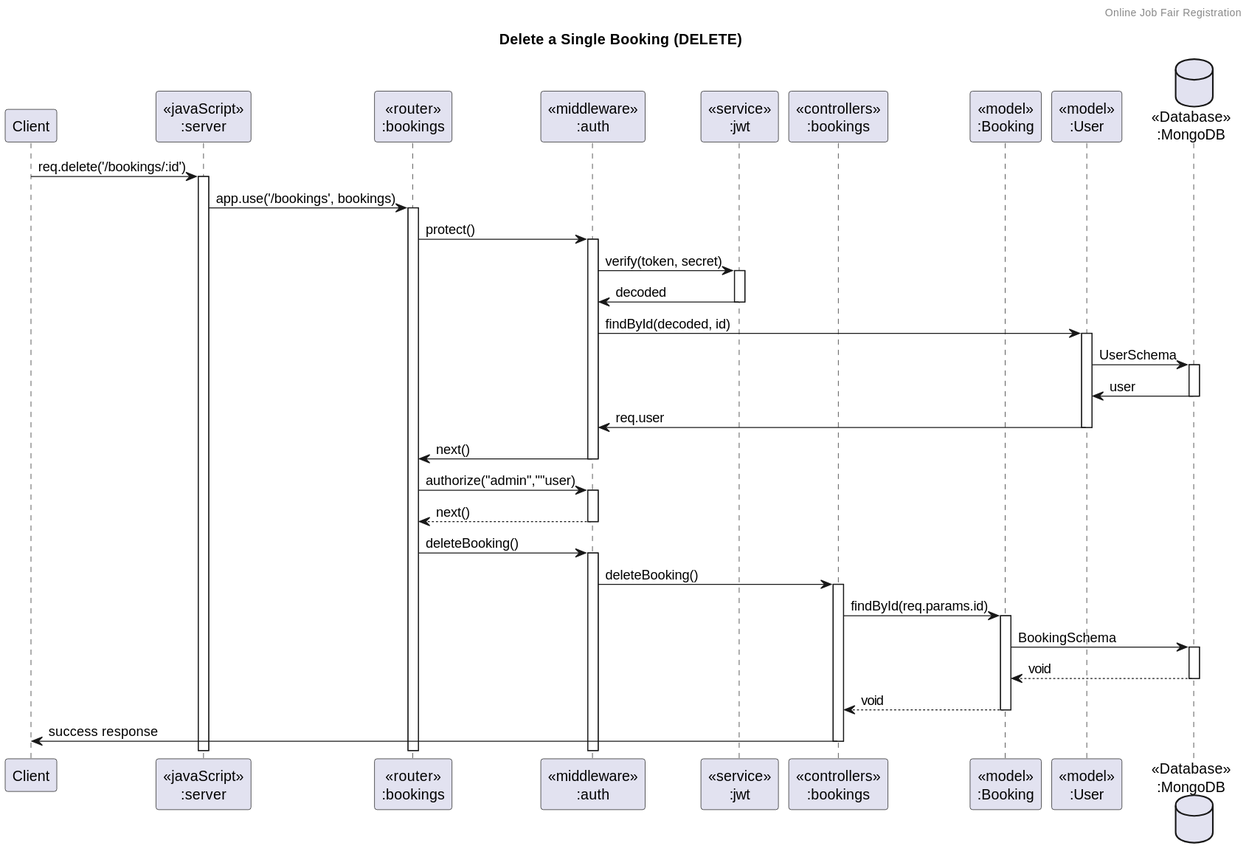
Earlier version of the PlantUML export assets/UML/SequenceDiagram/Booking/Manage Booking (DELETE).svg (Bhuribhat/Online-Job-Fair-Registration).
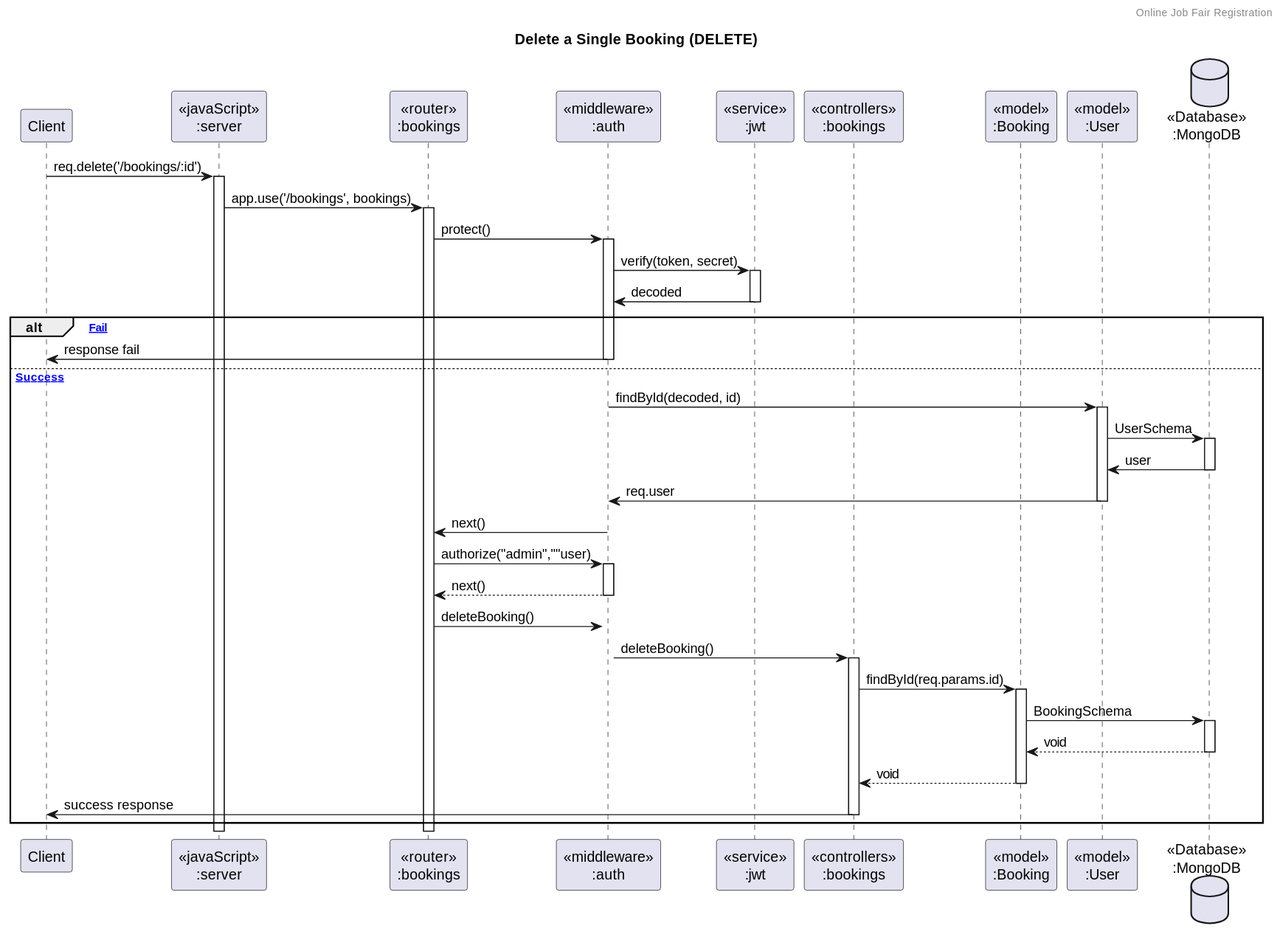
After the change.

Commit message:
update: POST, PUT, DELETE booking diagram

Diff of the diagram source:
```diff
@@ -17,20 +17,25 @@
 routerBookings -> auth ++:protect()
 auth -> jwt ++:verify(token, secret)
 auth <- jwt --:decoded
-auth -> modelUser ++:findById(decoded, id)
-modelUser -> DatabaseSchema ++:UserSchema
-modelUser <- DatabaseSchema --:user
-auth <- modelUser --:req.user
-routerBookings <- auth --:next()
 
-routerBookings -> auth ++:authorize("admin",""user)
-routerBookings <-- auth --:next()
+alt [Fail]
+    client <- auth --:response fail
+else [Success]
+    auth -> modelUser ++:findById(decoded, id)
+    modelUser -> DatabaseSchema ++:UserSchema
+    modelUser <- DatabaseSchema --:user
+    auth <- modelUser --:req.user
+    routerBookings <- auth --:next()
 
-routerBookings -> auth ++:deleteBooking()
-auth -> controllersBookings ++:deleteBooking()
-controllersBookings->modelBooking ++:findById(req.params.id)
-modelBooking ->DatabaseSchema ++: BookingSchema
-DatabaseSchema --> modelBooking --: void
-controllersBookings <-- modelBooking --:void
-controllersBookings->client --:success response
+    routerBookings -> auth ++:authorize("admin",""user)
+    routerBookings <-- auth --:next()
+
+    routerBookings -> auth ++:deleteBooking()
+    auth -> controllersBookings ++:deleteBooking()
+    controllersBookings->modelBooking ++:findById(req.params.id)
+    modelBooking ->DatabaseSchema ++: BookingSchema
+    DatabaseSchema --> modelBooking --: void
+    controllersBookings <-- modelBooking --:void
+    controllersBookings->client --:success response
+end
 @enduml
```
